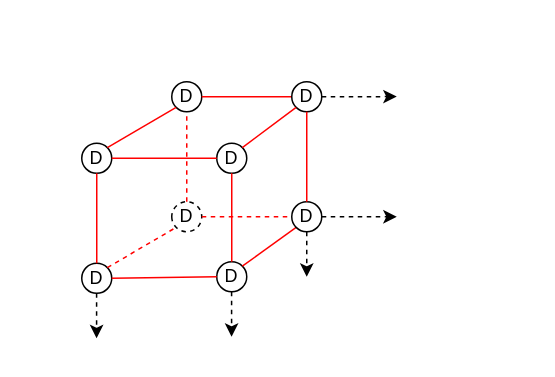
Earlier version of the draw.io diagram TC2LINK/TOURS/T2_LINK_2X2_Tours.drawio (BEYHHH/SBLP). Source tidied: cells renumbered, new cells numbered last; positions are measured from the earlier drawing's top-left corner, leaving out a move shared by most shapes. Both pictures are drawn from the tidied source at 150%, with x=0, y=0 at pixel (81, 81).
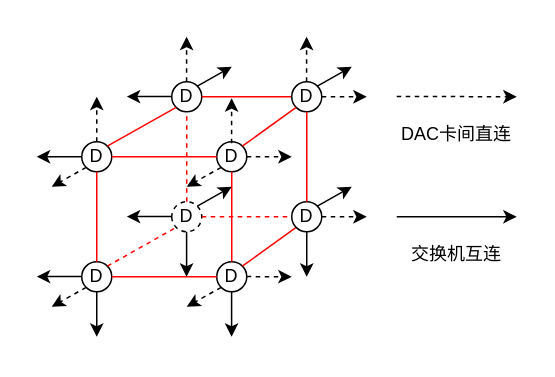
The same page after the edit.

The change refers to these unchanged cells:
```xml
<mxCell id="5" value="D" style="ellipse;whiteSpace=wrap;html=1;fontColor=#000000;flipH=1;" parent="1" vertex="1">
  <mxGeometry x="90" y="120" width="20" height="20" as="geometry" />
</mxCell>
<mxCell id="6" value="D" style="ellipse;whiteSpace=wrap;html=1;fontColor=#000000;flipH=1;" parent="1" vertex="1">
  <mxGeometry x="60" width="20" height="20" as="geometry" />
</mxCell>
<mxCell id="7" value="D" style="ellipse;whiteSpace=wrap;html=1;fontColor=#000000;flipH=1;dashed=1;" parent="1" vertex="1">
  <mxGeometry x="60" y="80" width="20" height="20" as="geometry" />
</mxCell>
<mxCell id="18" value="D" style="ellipse;whiteSpace=wrap;html=1;fontColor=#000000;flipH=1;" parent="1" vertex="1">
  <mxGeometry x="140" y="80" width="20" height="20" as="geometry" />
</mxCell>
<mxCell id="19" value="D" style="ellipse;whiteSpace=wrap;html=1;fontColor=#000000;flipH=1;" parent="1" vertex="1">
  <mxGeometry x="140" width="20" height="20" as="geometry" />
</mxCell>
```

The edit, as a diff of the source:
```diff
@@
     <mxCell id="2" value="D" style="ellipse;whiteSpace=wrap;html=1;flipH=1;" parent="1" vertex="1">
-      <mxGeometry y="41" width="20" height="20" as="geometry" />
+      <mxGeometry y="40" width="20" height="20" as="geometry" />
     </mxCell>
     <mxCell id="3" value="D" style="ellipse;whiteSpace=wrap;html=1;fontColor=#000000;flipH=1;" parent="1" vertex="1">
-      <mxGeometry x="90" y="41" width="20" height="20" as="geometry" />
+      <mxGeometry x="90" y="40" width="20" height="20" as="geometry" />
     </mxCell>
     <mxCell id="4" value="D" style="ellipse;whiteSpace=wrap;html=1;fontColor=#000000;flipH=1;" parent="1" vertex="1">
-      <mxGeometry y="121" width="20" height="20" as="geometry" />
+      <mxGeometry y="120" width="20" height="20" as="geometry" />
     </mxCell>
@@
     <mxCell id="22" style="endArrow=classic;html=1;rounded=0;exitX=1;exitY=0.5;exitDx=0;exitDy=0;dashed=1;" parent="1" edge="1" source="18">
       <mxGeometry relative="1" as="geometry">
-        <mxPoint x="210" y="90" as="targetPoint" />
+        <mxPoint x="190" y="90" as="targetPoint" />
       </mxGeometry>
     </mxCell>
     <mxCell id="23" style="endArrow=classic;html=1;rounded=0;dashed=1;" parent="1" edge="1">
       <mxGeometry relative="1" as="geometry">
         <mxPoint x="160" y="10" as="sourcePoint" />
-        <mxPoint x="210" y="9.9" as="targetPoint" />
+        <mxPoint x="190" y="10" as="targetPoint" />
       </mxGeometry>
     </mxCell>
-    <mxCell id="24" style="endArrow=classic;html=1;rounded=0;exitX=0.5;exitY=1;exitDx=0;exitDy=0;dashed=1;" parent="1" edge="1" source="18">
+    <mxCell id="24" style="endArrow=classic;html=1;rounded=0;exitX=0.5;exitY=1;exitDx=0;exitDy=0;" parent="1" edge="1" source="18">
       <mxGeometry relative="1" as="geometry">
         <mxPoint x="150" y="130" as="targetPoint" />
       </mxGeometry>
     </mxCell>
-    <mxCell id="25" style="endArrow=classic;html=1;rounded=0;exitX=0.5;exitY=1;exitDx=0;exitDy=0;dashed=1;" parent="1" edge="1">
+    <mxCell id="25" style="endArrow=classic;html=1;rounded=0;exitX=0.5;exitY=1;exitDx=0;exitDy=0;" parent="1" edge="1">
       <mxGeometry relative="1" as="geometry">
         <mxPoint x="99.9" y="140" as="sourcePoint" />
         <mxPoint x="99.9" y="170" as="targetPoint" />
       </mxGeometry>
     </mxCell>
-    <mxCell id="26" style="endArrow=classic;html=1;rounded=0;exitX=0.5;exitY=1;exitDx=0;exitDy=0;dashed=1;" parent="1" edge="1">
+    <mxCell id="26" style="endArrow=classic;html=1;rounded=0;" parent="1" edge="1">
       <mxGeometry relative="1" as="geometry">
-        <mxPoint x="9.9" y="141" as="sourcePoint" />
-        <mxPoint x="9.9" y="171" as="targetPoint" />
+        <mxPoint x="10" y="140" as="sourcePoint" />
+        <mxPoint x="10" y="170" as="targetPoint" />
       </mxGeometry>
     </mxCell>
+    <mxCell id="27" style="endArrow=classic;html=1;rounded=0;dashed=1;" parent="1" edge="1">
+      <mxGeometry relative="1" as="geometry">
+        <mxPoint x="110" y="50" as="sourcePoint" />
+        <mxPoint x="140" y="50" as="targetPoint" />
+      </mxGeometry>
+    </mxCell>
+    <mxCell id="28" style="endArrow=classic;html=1;rounded=0;exitX=1;exitY=0.5;exitDx=0;exitDy=0;dashed=1;" parent="1" edge="1">
+      <mxGeometry relative="1" as="geometry">
+        <mxPoint x="110" y="129.9" as="sourcePoint" />
+        <mxPoint x="140" y="130" as="targetPoint" />
+      </mxGeometry>
+    </mxCell>
+    <mxCell id="29" style="endArrow=classic;html=1;rounded=0;dashed=1;" parent="1" edge="1">
+      <mxGeometry relative="1" as="geometry">
+        <mxPoint x="10" y="40" as="sourcePoint" />
+        <mxPoint x="10" y="10" as="targetPoint" />
+      </mxGeometry>
+    </mxCell>
+    <mxCell id="30" style="endArrow=classic;html=1;rounded=0;dashed=1;" parent="1" edge="1">
+      <mxGeometry relative="1" as="geometry">
+        <mxPoint x="69.9" as="sourcePoint" />
+        <mxPoint x="69.9" y="-30" as="targetPoint" />
+      </mxGeometry>
+    </mxCell>
+    <mxCell id="31" style="endArrow=classic;html=1;rounded=0;dashed=1;" parent="1" edge="1">
+      <mxGeometry relative="1" as="geometry">
+        <mxPoint x="149.9" as="sourcePoint" />
+        <mxPoint x="149.9" y="-30" as="targetPoint" />
+      </mxGeometry>
+    </mxCell>
+    <mxCell id="32" style="endArrow=classic;html=1;rounded=0;dashed=1;" parent="1" edge="1">
+      <mxGeometry relative="1" as="geometry">
+        <mxPoint x="99.9" y="41" as="sourcePoint" />
+        <mxPoint x="99.9" y="11" as="targetPoint" />
+      </mxGeometry>
+    </mxCell>
+    <mxCell id="33" style="endArrow=classic;html=1;rounded=0;exitX=0.5;exitY=1;exitDx=0;exitDy=0;" parent="1" edge="1">
+      <mxGeometry relative="1" as="geometry">
+        <mxPoint x="69.9" y="100" as="sourcePoint" />
+        <mxPoint x="69.9" y="130" as="targetPoint" />
+      </mxGeometry>
+    </mxCell>
+    <mxCell id="34" style="endArrow=classic;html=1;rounded=0;exitX=0;exitY=0.5;exitDx=0;exitDy=0;" parent="1" edge="1" source="2">
+      <mxGeometry relative="1" as="geometry">
+        <mxPoint x="-30" y="50" as="targetPoint" />
+      </mxGeometry>
+    </mxCell>
+    <mxCell id="35" style="endArrow=classic;html=1;rounded=0;exitX=0;exitY=0.5;exitDx=0;exitDy=0;" parent="1" edge="1">
+      <mxGeometry relative="1" as="geometry">
+        <mxPoint y="129.9" as="sourcePoint" />
+        <mxPoint x="-30" y="129.9" as="targetPoint" />
+      </mxGeometry>
+    </mxCell>
+    <mxCell id="36" style="endArrow=classic;html=1;rounded=0;exitX=0;exitY=0.5;exitDx=0;exitDy=0;" parent="1" edge="1">
+      <mxGeometry relative="1" as="geometry">
+        <mxPoint x="60" y="89.9" as="sourcePoint" />
+        <mxPoint x="30" y="89.9" as="targetPoint" />
+      </mxGeometry>
+    </mxCell>
+    <mxCell id="37" style="endArrow=classic;html=1;rounded=0;exitX=1;exitY=0;exitDx=0;exitDy=0;" parent="1" edge="1" source="7">
+      <mxGeometry relative="1" as="geometry">
+        <mxPoint x="100" y="70" as="targetPoint" />
+      </mxGeometry>
+    </mxCell>
+    <mxCell id="38" style="endArrow=classic;html=1;rounded=0;exitX=1;exitY=0;exitDx=0;exitDy=0;" parent="1" edge="1" source="18">
+      <mxGeometry relative="1" as="geometry">
+        <mxPoint x="180" y="70" as="targetPoint" />
+      </mxGeometry>
+    </mxCell>
+    <mxCell id="39" style="endArrow=classic;html=1;rounded=0;exitX=1;exitY=0;exitDx=0;exitDy=0;" parent="1" edge="1" source="19">
+      <mxGeometry relative="1" as="geometry">
+        <mxPoint x="180" y="-10" as="targetPoint" />
+      </mxGeometry>
+    </mxCell>
+    <mxCell id="40" style="endArrow=classic;html=1;rounded=0;exitX=0;exitY=0.5;exitDx=0;exitDy=0;" parent="1" edge="1">
+      <mxGeometry relative="1" as="geometry">
+        <mxPoint x="60" y="9.9" as="sourcePoint" />
+        <mxPoint x="30" y="9.9" as="targetPoint" />
+      </mxGeometry>
+    </mxCell>
+    <mxCell id="41" style="endArrow=classic;html=1;rounded=0;exitX=0;exitY=1;exitDx=0;exitDy=0;dashed=1;" parent="1" edge="1" source="4">
+      <mxGeometry relative="1" as="geometry">
+        <mxPoint x="-20" y="150" as="targetPoint" />
+      </mxGeometry>
+    </mxCell>
+    <mxCell id="42" style="endArrow=classic;html=1;rounded=0;exitX=0;exitY=1;exitDx=0;exitDy=0;dashed=1;" parent="1" edge="1" source="2">
+      <mxGeometry relative="1" as="geometry">
+        <mxPoint x="-20" y="70" as="targetPoint" />
+      </mxGeometry>
+    </mxCell>
+    <mxCell id="43" style="endArrow=classic;html=1;rounded=0;exitX=0;exitY=1;exitDx=0;exitDy=0;dashed=1;" parent="1" edge="1" source="3">
+      <mxGeometry relative="1" as="geometry">
+        <mxPoint x="70" y="70" as="targetPoint" />
+      </mxGeometry>
+    </mxCell>
+    <mxCell id="44" style="endArrow=classic;html=1;rounded=0;exitX=0;exitY=1;exitDx=0;exitDy=0;dashed=1;" parent="1" edge="1" source="5">
+      <mxGeometry relative="1" as="geometry">
+        <mxPoint x="70" y="150" as="targetPoint" />
+      </mxGeometry>
+    </mxCell>
+    <mxCell id="45" style="endArrow=classic;html=1;rounded=0;exitX=1;exitY=0;exitDx=0;exitDy=0;" parent="1" edge="1" source="6">
+      <mxGeometry relative="1" as="geometry">
+        <mxPoint x="100" y="-10" as="targetPoint" />
+      </mxGeometry>
+    </mxCell>
+    <mxCell id="46" value="DAC卡间直连" style="text;html=1;align=center;verticalAlign=middle;whiteSpace=wrap;rounded=0;" parent="1" vertex="1">
+      <mxGeometry x="210" y="20" width="80" height="30" as="geometry" />
+    </mxCell>
+    <mxCell id="47" value="交换机互连" style="text;html=1;align=center;verticalAlign=middle;whiteSpace=wrap;rounded=0;" parent="1" vertex="1">
+      <mxGeometry x="210" y="100" width="80" height="30" as="geometry" />
+    </mxCell>
+    <mxCell id="48" style="endArrow=classic;html=1;rounded=0;exitX=1;exitY=0.5;exitDx=0;exitDy=0;dashed=1;" parent="1" edge="1">
+      <mxGeometry relative="1" as="geometry">
+        <mxPoint x="210" y="9.8" as="sourcePoint" />
+        <mxPoint x="290" y="10" as="targetPoint" />
+      </mxGeometry>
+    </mxCell>
+    <mxCell id="49" style="endArrow=classic;html=1;rounded=0;" parent="1" edge="1">
+      <mxGeometry relative="1" as="geometry">
+        <mxPoint x="210" y="90" as="sourcePoint" />
+        <mxPoint x="290" y="90" as="targetPoint" />
+      </mxGeometry>
+    </mxCell>
```
